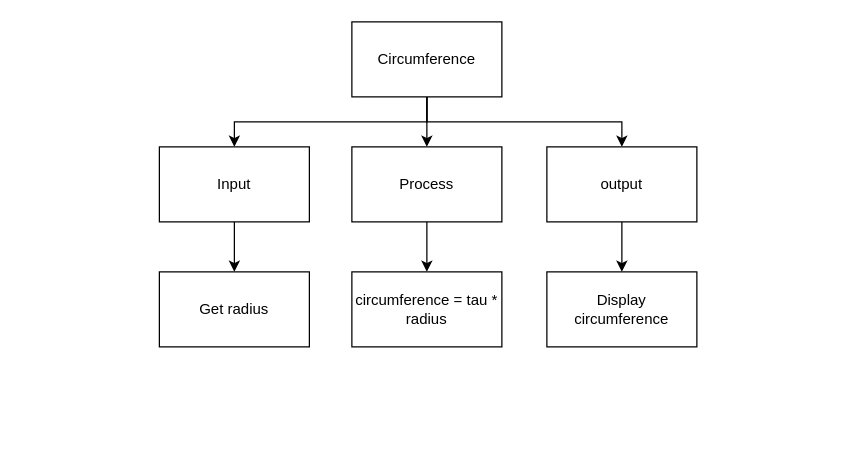
The draw.io diagram page "Top Down" (1 of 2) of design.drawio in Samuel-Webster-178/ICS3U-Unit3-Unit3-01-Python, before the edit. Source tidied: cells renumbered, new cells numbered last; positions are measured from the earlier drawing's top-left corner, leaving out a move shared by most shapes. Both pictures are drawn from the tidied source at 125%, with x=0, y=0 at pixel (159, 21).
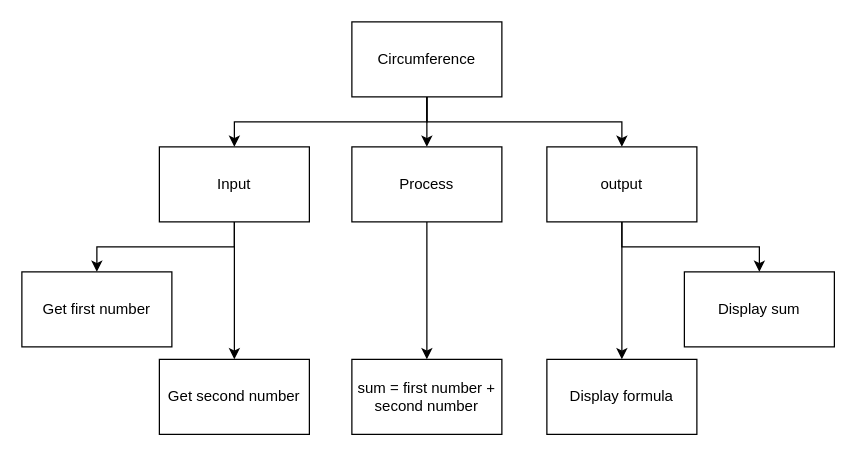
Above is the later version.

Unchanged cells that the change refers to:
```xml
<mxCell id="7" value="Input" style="rounded=0;whiteSpace=wrap;html=1;" parent="1" vertex="1">
  <mxGeometry y="100" width="120" height="60" as="geometry" />
</mxCell>
<mxCell id="11" value="output" style="rounded=0;whiteSpace=wrap;html=1;" parent="1" vertex="1">
  <mxGeometry x="310" y="100" width="120" height="60" as="geometry" />
</mxCell>
```

What changed in the source:
```diff
@@
+    <mxCell id="15" style="edgeStyle=none;html=1;entryX=0.5;entryY=0;entryDx=0;entryDy=0;" parent="1" edge="1" source="7" target="17">
+      <mxGeometry relative="1" as="geometry" />
+    </mxCell>
@@
+    <mxCell id="16" style="edgeStyle=none;html=1;entryX=0.5;entryY=0;entryDx=0;entryDy=0;" parent="1" edge="1" source="11" target="18">
+      <mxGeometry relative="1" as="geometry" />
+    </mxCell>
@@
-    <mxCell id="12" value="Get radius" style="rounded=0;whiteSpace=wrap;html=1;" parent="1" vertex="1">
-      <mxGeometry y="200" width="120" height="60" as="geometry" />
+    <mxCell id="12" value="Get first number" style="rounded=0;whiteSpace=wrap;html=1;" parent="1" vertex="1">
+      <mxGeometry x="-110" y="200" width="120" height="60" as="geometry" />
     </mxCell>
-    <mxCell id="13" value="circumference = tau * radius" style="rounded=0;whiteSpace=wrap;html=1;" parent="1" vertex="1">
-      <mxGeometry x="154" y="200" width="120" height="60" as="geometry" />
+    <mxCell id="13" value="sum = first number + second number" style="rounded=0;whiteSpace=wrap;html=1;" parent="1" vertex="1">
+      <mxGeometry x="154" y="270" width="120" height="60" as="geometry" />
     </mxCell>
-    <mxCell id="14" value="Display circumference" style="rounded=0;whiteSpace=wrap;html=1;" parent="1" vertex="1">
-      <mxGeometry x="310" y="200" width="120" height="60" as="geometry" />
+    <mxCell id="14" value="Display sum" style="rounded=0;whiteSpace=wrap;html=1;" parent="1" vertex="1">
+      <mxGeometry x="420" y="200" width="120" height="60" as="geometry" />
     </mxCell>
+    <mxCell id="17" value="Get second number" style="rounded=0;whiteSpace=wrap;html=1;" parent="1" vertex="1">
+      <mxGeometry y="270" width="120" height="60" as="geometry" />
+    </mxCell>
+    <mxCell id="18" value="Display formula" style="rounded=0;whiteSpace=wrap;html=1;" parent="1" vertex="1">
+      <mxGeometry x="310" y="270" width="120" height="60" as="geometry" />
+    </mxCell>
```
